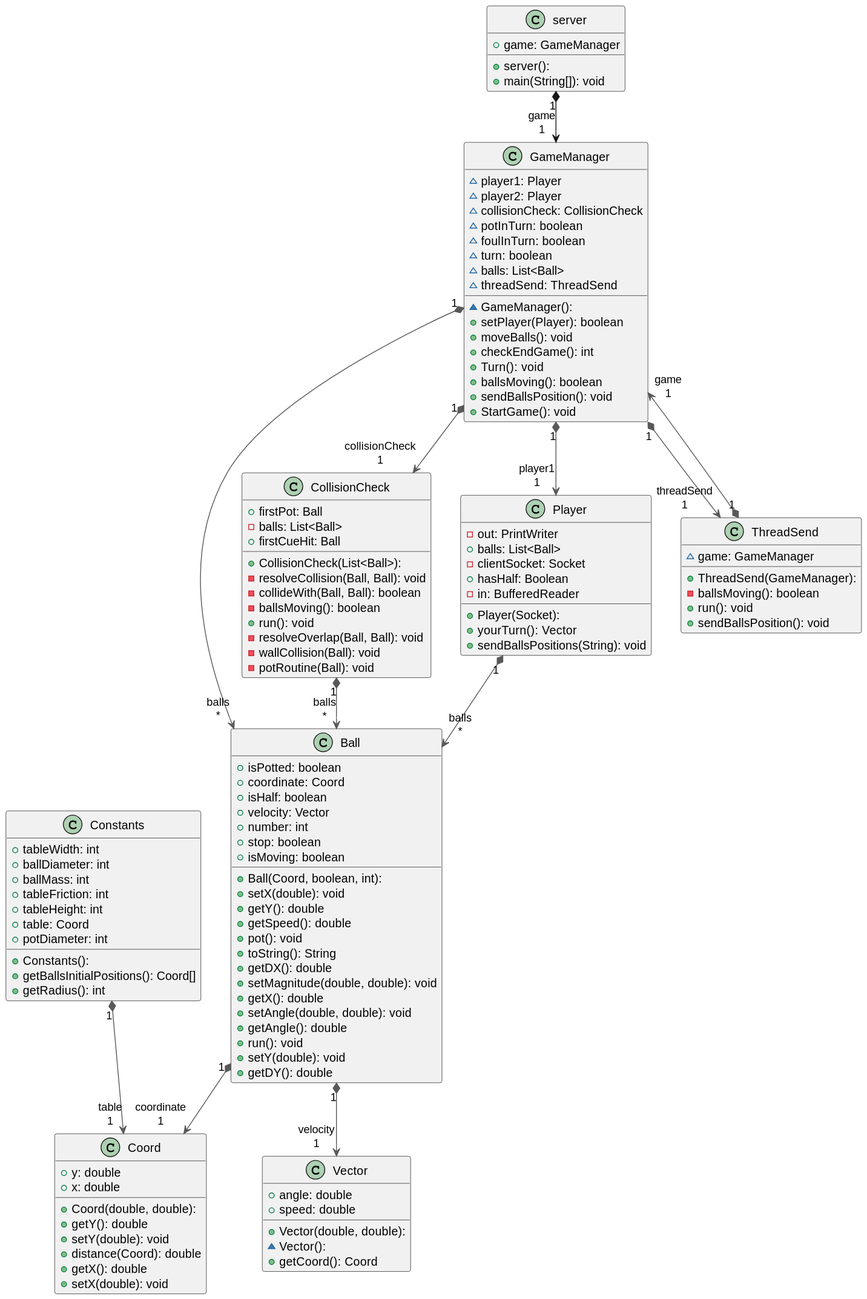
BmmNdr/8Ball keeps this PlantUML diagram as UML/out/Server_ClassDiagram.svg. Above is the earlier version.
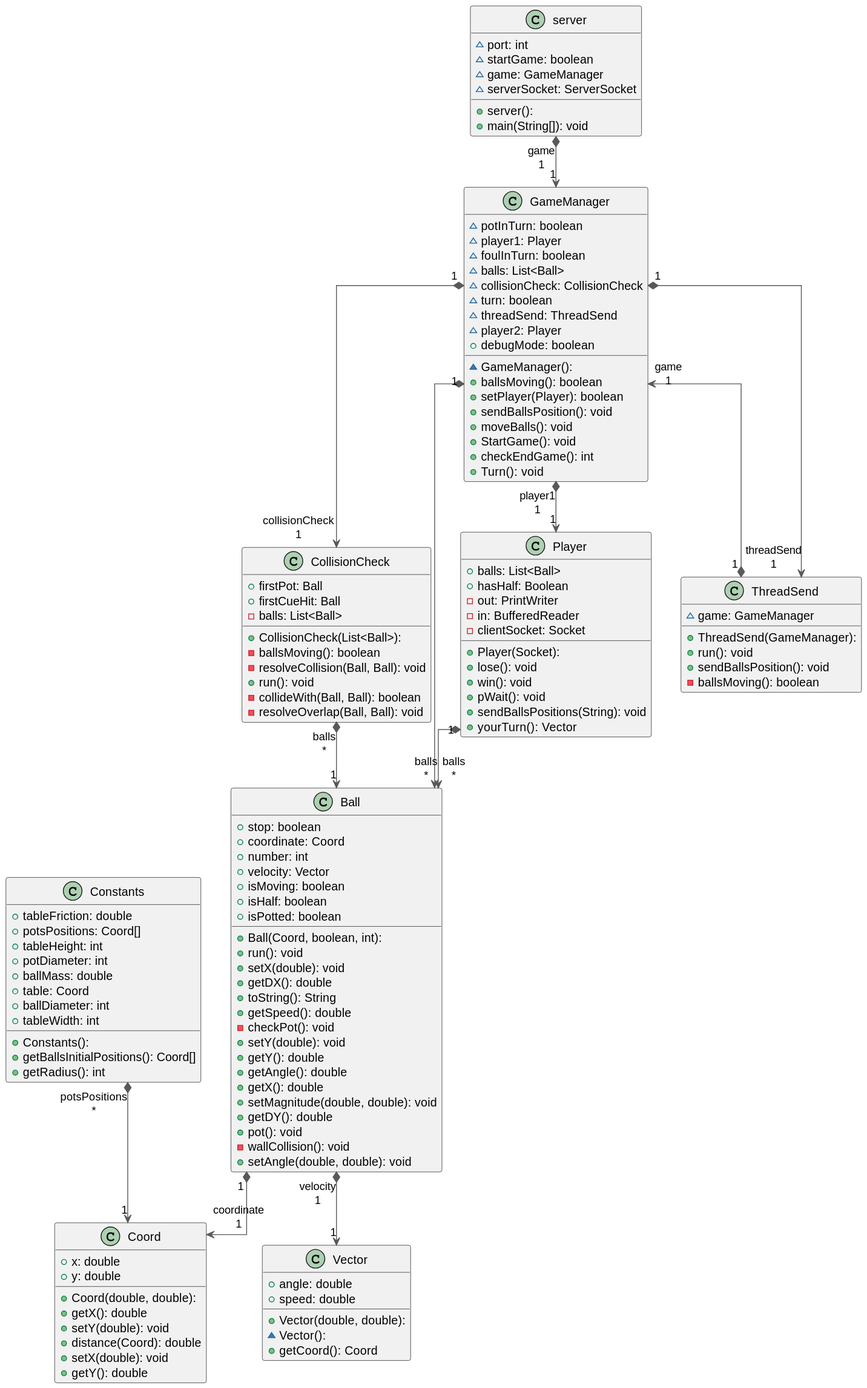
After the change.

Commit message:
Update Server Class Diagram

The edit, as a diff of the source:
```diff
@@ -1,99 +1,104 @@
-@startuml Server
+@startuml ServerClass
 
-top to bottom direction
+skinparam linetype ortho
 
 class Ball {
   + Ball(Coord, boolean, int):
+  + stop: boolean
+  + coordinate: Coord
+  + number: int
+  + velocity: Vector
+  + isMoving: boolean
+  + isHalf: boolean
   + isPotted: boolean
-  + coordinate: Coord
-  + isHalf: boolean
-  + velocity: Vector
-  + number: int
-  + stop: boolean
-  + isMoving: boolean
+  + run(): void
   + setX(double): void
+  + getDX(): double
+  + toString(): String
+  + getSpeed(): double
+  - checkPot(): void
+  + setY(double): void
   + getY(): double
-  + getSpeed(): double
+  + getAngle(): double
+  + getX(): double
+  + setMagnitude(double, double): void
+  + getDY(): double
   + pot(): void
-  + toString(): String
-  + getDX(): double
-  + setMagnitude(double, double): void
-  + getX(): double
+  - wallCollision(): void
   + setAngle(double, double): void
-  + getAngle(): double
-  + run(): void
-  + setY(double): void
-  + getDY(): double
 }
 class CollisionCheck {
   + CollisionCheck(List<Ball>):
   + firstPot: Ball
+  + firstCueHit: Ball
   - balls: List<Ball>
-  + firstCueHit: Ball
+  - ballsMoving(): boolean
   - resolveCollision(Ball, Ball): void
+  + run(): void
   - collideWith(Ball, Ball): boolean
-  - ballsMoving(): boolean
-  + run(): void
   - resolveOverlap(Ball, Ball): void
-  - wallCollision(Ball): void
-  - potRoutine(Ball): void
 }
 class Constants {
   + Constants():
+  + tableFriction: double
+  + potsPositions: Coord[]
+  + tableHeight: int
+  + potDiameter: int
+  + ballMass: double
+  + table: Coord
+  + ballDiameter: int
   + tableWidth: int
-  + ballDiameter: int
-  + ballMass: int
-  + tableFriction: int
-  + tableHeight: int
-  + table: Coord
-  + potDiameter: int
   + getBallsInitialPositions(): Coord[]
   + getRadius(): int
 }
 class Coord {
   + Coord(double, double):
+  + x: double
   + y: double
-  + x: double
-  + getY(): double
+  + getX(): double
   + setY(double): void
   + distance(Coord): double
-  + getX(): double
   + setX(double): void
+  + getY(): double
 }
 class GameManager {
   ~ GameManager():
+  ~ potInTurn: boolean
   ~ player1: Player
+  ~ foulInTurn: boolean
+  ~ balls: List<Ball>
+  ~ collisionCheck: CollisionCheck
+  ~ turn: boolean
+  ~ threadSend: ThreadSend
   ~ player2: Player
-  ~ collisionCheck: CollisionCheck
-  ~ potInTurn: boolean
-  ~ foulInTurn: boolean
-  ~ turn: boolean
-  ~ balls: List<Ball>
-  ~ threadSend: ThreadSend
+  + debugMode: boolean
+  + ballsMoving(): boolean
   + setPlayer(Player): boolean
+  + sendBallsPosition(): void
   + moveBalls(): void
+  + StartGame(): void
   + checkEndGame(): int
   + Turn(): void
-  + ballsMoving(): boolean
-  + sendBallsPosition(): void
-  + StartGame(): void
 }
 class Player {
   + Player(Socket):
+  + balls: List<Ball>
+  + hasHalf: Boolean
   - out: PrintWriter
-  + balls: List<Ball>
+  - in: BufferedReader
   - clientSocket: Socket
-  + hasHalf: Boolean
-  - in: BufferedReader
+  + lose(): void
+  + win(): void
+  + pWait(): void
+  + sendBallsPositions(String): void
   + yourTurn(): Vector
-  + sendBallsPositions(String): void
 }
 class ThreadSend {
   + ThreadSend(GameManager):
   ~ game: GameManager
-  - ballsMoving(): boolean
   + run(): void
   + sendBallsPosition(): void
+  - ballsMoving(): boolean
 }
 class Vector {
   + Vector(double, double):
@@ -104,21 +109,22 @@
 }
 class server {
   + server():
+  ~ port: int
+  ~ startGame: boolean
+  ~ game: GameManager
+  ~ serverSocket: ServerSocket
   + main(String[]): void
-
-  + game: GameManager
 }
 
 Ball           "1" *-[#595959,plain]-> "coordinate\n1" Coord
 Ball           "1" *-[#595959,plain]-> "velocity\n1" Vector
 CollisionCheck "1" *-[#595959,plain]-> "balls\n*" Ball
-Constants      "1" *-[#595959,plain]-> "table\n1" Coord
+Constants      "1" *-[#595959,plain]-> "potsPositions\n*" Coord
 GameManager    "1" *-[#595959,plain]-> "balls\n*" Ball
 GameManager    "1" *-[#595959,plain]-> "collisionCheck\n1" CollisionCheck
 GameManager    "1" *-[#595959,plain]-> "player1\n1" Player
 GameManager    "1" *-[#595959,plain]-> "threadSend\n1" ThreadSend
 Player         "1" *-[#595959,plain]-> "balls\n*" Ball
 ThreadSend     "1" *-[#595959,plain]-> "game\n1" GameManager
-server "1" *--> "game\n1" GameManager
-
+server         "1" *-[#595959,plain]-> "game\n1" GameManager
 @enduml
```
